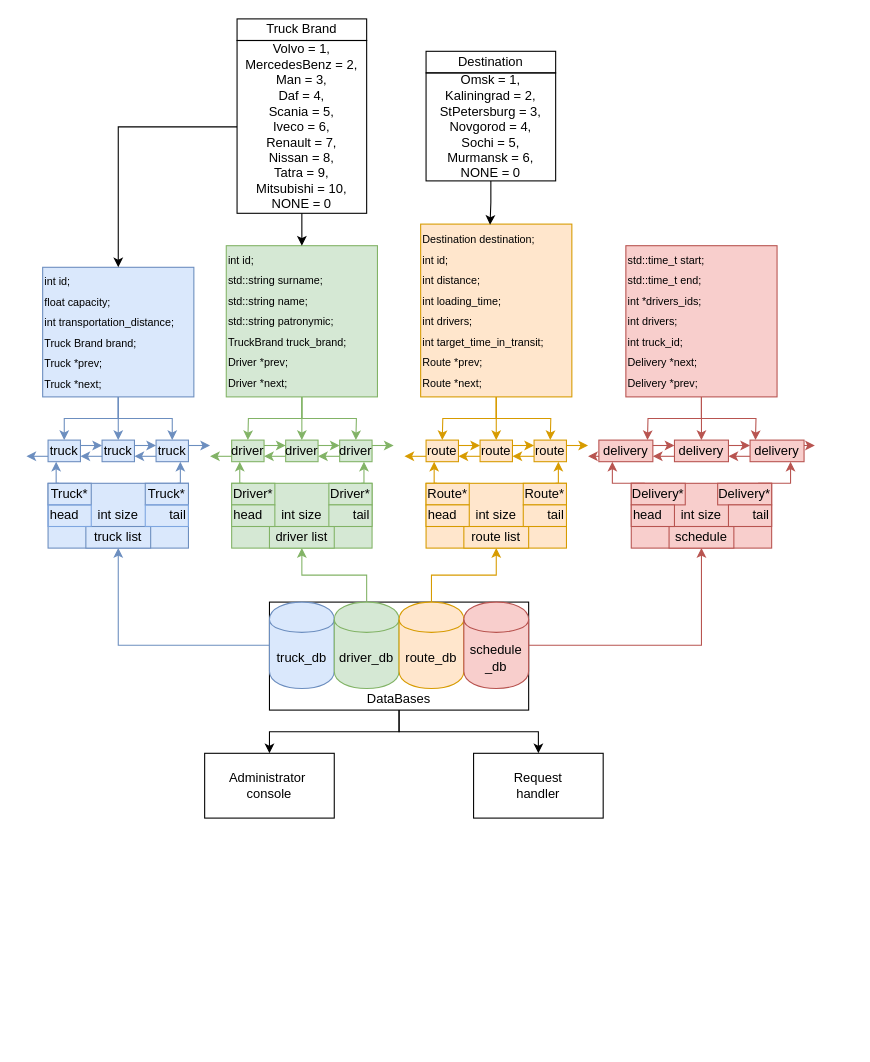
Earlier version of the draw.io diagram page "overall schema" (1 of 5) of CR/report/resources/overall_data_structure.drawio (kira607/labs_2sem). Source tidied: cells renumbered, new cells numbered last; positions are measured from the earlier drawing's top-left corner, leaving out a move shared by most shapes. Both pictures are drawn from the tidied source at 108%, with x=0, y=0 at pixel (26, 18).
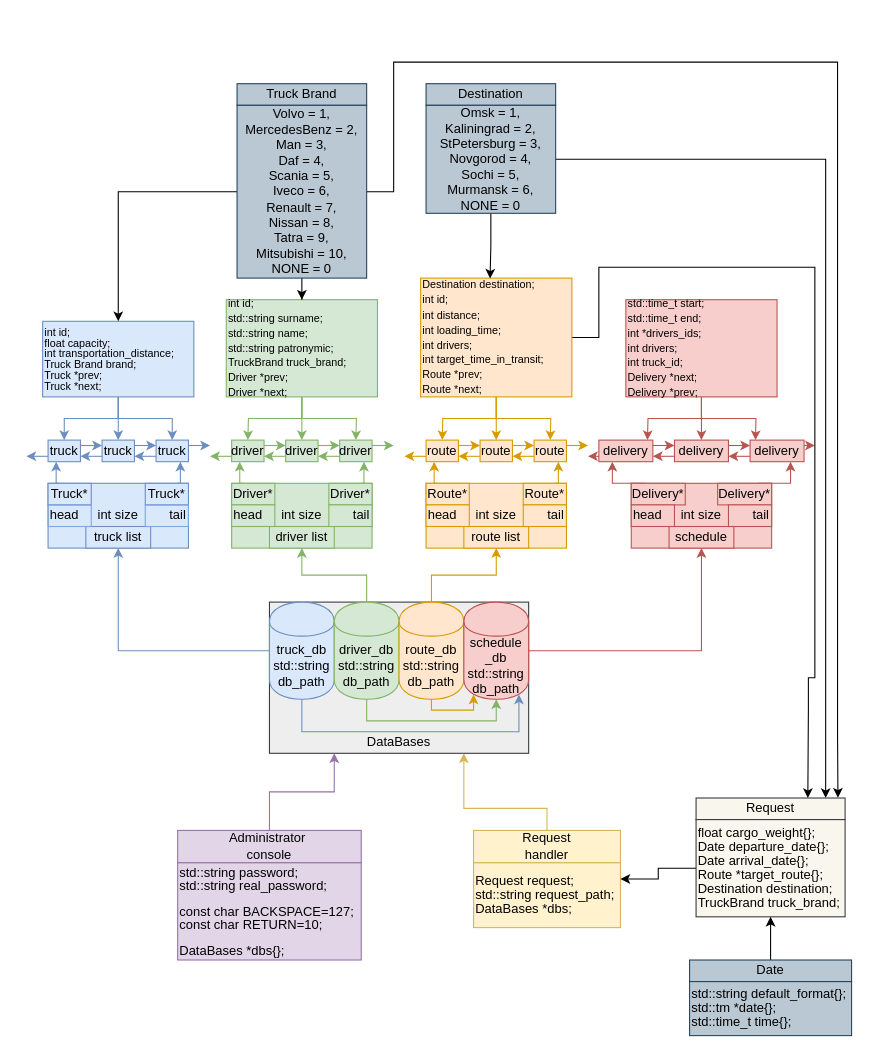
Above is the later version.

The edit, as a diff of the source:
```diff
@@
-    <mxCell id="2" style="edgeStyle=orthogonalEdgeStyle;rounded=0;jettySize=auto;html=1;" parent="1" edge="1" source="4" target="14">
-      <mxGeometry relative="1" as="geometry" />
-    </mxCell>
-    <mxCell id="3" style="edgeStyle=orthogonalEdgeStyle;rounded=0;jettySize=auto;html=1;" parent="1" edge="1" source="4" target="110">
-      <mxGeometry relative="1" as="geometry" />
-    </mxCell>
-    <mxCell id="4" style="rounded=1;whiteSpace=wrap;html=1;arcSize=0;" parent="1" vertex="1">
-      <mxGeometry x="225" y="540" width="240" height="100" as="geometry" />
+    <mxCell id="4" style="rounded=1;whiteSpace=wrap;html=1;arcSize=0;fillColor=#eeeeee;strokeColor=#36393d;" parent="1" vertex="1">
+      <mxGeometry x="225" y="540" width="240" height="140" as="geometry" />
     </mxCell>
@@
+    <mxCell id="111" style="edgeStyle=orthogonalEdgeStyle;rounded=0;jettySize=auto;html=1;entryX=0.85;entryY=0.95;entryDx=0;entryDy=0;entryPerimeter=0;fillColor=#dae8fc;strokeColor=#6c8ebf;" parent="1" edge="1" source="6" target="12">
+      <mxGeometry relative="1" as="geometry">
+        <Array as="points">
+          <mxPoint x="255" y="660" />
+          <mxPoint x="456" y="660" />
+        </Array>
+      </mxGeometry>
+    </mxCell>
-    <mxCell id="6" value="truck_db" style="shape=cylinder;whiteSpace=wrap;html=1;boundedLbl=1;backgroundOutline=1;fillColor=#dae8fc;strokeColor=#6c8ebf;" parent="1" vertex="1">
-      <mxGeometry x="225" y="540" width="60" height="80" as="geometry" />
+    <mxCell id="6" value="truck_db&lt;br&gt;std::string db_path" style="shape=cylinder;whiteSpace=wrap;html=1;boundedLbl=1;backgroundOutline=1;fillColor=#dae8fc;strokeColor=#6c8ebf;" parent="1" vertex="1">
+      <mxGeometry x="225" y="540" width="60" height="90" as="geometry" />
     </mxCell>
@@
+    <mxCell id="112" style="edgeStyle=orthogonalEdgeStyle;rounded=0;jettySize=auto;html=1;entryX=0.5;entryY=1;entryDx=0;entryDy=0;fillColor=#d5e8d4;strokeColor=#82b366;" parent="1" edge="1" source="8" target="12">
+      <mxGeometry relative="1" as="geometry">
+        <Array as="points">
+          <mxPoint x="315" y="650" />
+          <mxPoint x="435" y="650" />
+        </Array>
+      </mxGeometry>
+    </mxCell>
-    <mxCell id="8" value="driver_db" style="shape=cylinder;whiteSpace=wrap;html=1;boundedLbl=1;backgroundOutline=1;fillColor=#d5e8d4;strokeColor=#82b366;" parent="1" vertex="1">
-      <mxGeometry x="285" y="540" width="60" height="80" as="geometry" />
+    <mxCell id="8" value="driver_db&lt;br&gt;std::string db_path" style="shape=cylinder;whiteSpace=wrap;html=1;boundedLbl=1;backgroundOutline=1;fillColor=#d5e8d4;strokeColor=#82b366;" parent="1" vertex="1">
+      <mxGeometry x="285" y="540" width="60" height="90" as="geometry" />
     </mxCell>
@@
+    <mxCell id="113" style="edgeStyle=orthogonalEdgeStyle;rounded=0;jettySize=auto;html=1;entryX=0.15;entryY=0.95;entryDx=0;entryDy=0;entryPerimeter=0;fillColor=#ffe6cc;strokeColor=#d79b00;" parent="1" edge="1" source="10" target="12">
+      <mxGeometry relative="1" as="geometry">
+        <Array as="points">
+          <mxPoint x="375" y="640" />
+          <mxPoint x="414" y="640" />
+        </Array>
+      </mxGeometry>
+    </mxCell>
-    <mxCell id="10" value="route_db" style="shape=cylinder;whiteSpace=wrap;html=1;boundedLbl=1;backgroundOutline=1;fillColor=#ffe6cc;strokeColor=#d79b00;" parent="1" vertex="1">
-      <mxGeometry x="345" y="540" width="60" height="80" as="geometry" />
+    <mxCell id="10" value="route_db&lt;br&gt;std::string db_path" style="shape=cylinder;whiteSpace=wrap;html=1;boundedLbl=1;backgroundOutline=1;fillColor=#ffe6cc;strokeColor=#d79b00;" parent="1" vertex="1">
+      <mxGeometry x="345" y="540" width="60" height="90" as="geometry" />
     </mxCell>
@@
-    <mxCell id="12" value="schedule&lt;br&gt;_db" style="shape=cylinder;whiteSpace=wrap;html=1;boundedLbl=1;backgroundOutline=1;fillColor=#f8cecc;strokeColor=#b85450;" parent="1" vertex="1">
-      <mxGeometry x="405" y="540" width="60" height="80" as="geometry" />
+    <mxCell id="12" value="schedule&lt;br&gt;_db&lt;br&gt;std::string db_path" style="shape=cylinder;whiteSpace=wrap;html=1;boundedLbl=1;backgroundOutline=1;fillColor=#f8cecc;strokeColor=#b85450;" parent="1" vertex="1">
+      <mxGeometry x="405" y="540" width="60" height="90" as="geometry" />
     </mxCell>
     <mxCell id="13" value="DataBases" style="text;html=1;strokeColor=none;fillColor=none;align=center;verticalAlign=middle;whiteSpace=wrap;rounded=0;" parent="1" vertex="1">
-      <mxGeometry x="310" y="620" width="70" height="20" as="geometry" />
+      <mxGeometry x="310" y="660" width="70" height="20" as="geometry" />
     </mxCell>
+    <mxCell id="114" style="edgeStyle=orthogonalEdgeStyle;rounded=0;sketch=0;jettySize=auto;html=1;entryX=0.25;entryY=1;entryDx=0;entryDy=0;shadow=0;fillColor=#e1d5e7;strokeColor=#9673a6;" parent="1" edge="1" source="14" target="4">
+      <mxGeometry relative="1" as="geometry" />
+    </mxCell>
-    <mxCell id="14" value="Administrator&amp;nbsp;&lt;br&gt;console" style="rounded=0;whiteSpace=wrap;html=1;" parent="1" vertex="1">
-      <mxGeometry x="165" y="680" width="120" height="60" as="geometry" />
+    <mxCell id="14" value="Administrator&amp;nbsp;&lt;br&gt;console" style="rounded=0;whiteSpace=wrap;html=1;fillColor=#e1d5e7;strokeColor=#9673a6;" parent="1" vertex="1">
+      <mxGeometry x="140" y="751.4" width="170" height="30" as="geometry" />
     </mxCell>
@@
-    <mxCell id="35" value="&lt;div style=&quot;line-height: 30% ; font-size: 10px&quot;&gt;&lt;p style=&quot;line-height: 19px&quot;&gt;&lt;span&gt;int id;&lt;br&gt;&lt;/span&gt;&lt;span&gt;float capacity;&amp;nbsp;&lt;br&gt;&lt;/span&gt;&lt;span&gt;int transportation_distance;&amp;nbsp;&lt;br&gt;&lt;/span&gt;&lt;span&gt;Truck Brand brand;&amp;nbsp;&lt;br&gt;&lt;/span&gt;&lt;span&gt;Truck *prev;&amp;nbsp;&lt;br&gt;&lt;/span&gt;&lt;span&gt;Truck *next;&lt;/span&gt;&lt;/p&gt;&lt;/div&gt;" style="rounded=0;whiteSpace=wrap;html=1;fillColor=#dae8fc;strokeColor=#6c8ebf;align=left;" parent="1" vertex="1">
-      <mxGeometry x="15" y="230" width="140" height="120" as="geometry" />
+    <mxCell id="35" value="&lt;div style=&quot;line-height: 30% ; font-size: 10px&quot;&gt;&lt;p style=&quot;line-height: 100%&quot;&gt;&lt;span&gt;int id;&lt;br&gt;&lt;/span&gt;&lt;span&gt;float capacity;&amp;nbsp;&lt;br&gt;&lt;/span&gt;&lt;span&gt;int transportation_distance;&amp;nbsp;&lt;br&gt;&lt;/span&gt;&lt;span&gt;Truck Brand brand;&amp;nbsp;&lt;br&gt;&lt;/span&gt;&lt;span&gt;Truck *prev;&amp;nbsp;&lt;br&gt;&lt;/span&gt;&lt;span&gt;Truck *next;&lt;/span&gt;&lt;/p&gt;&lt;/div&gt;" style="rounded=0;whiteSpace=wrap;html=1;fillColor=#dae8fc;strokeColor=#6c8ebf;align=left;" parent="1" vertex="1">
+      <mxGeometry x="15" y="280" width="140" height="70" as="geometry" />
     </mxCell>
@@
-    <mxCell id="90" value="&lt;div style=&quot;line-height: 30%&quot;&gt;&lt;p style=&quot;line-height: 19px&quot;&gt;&lt;span style=&quot;font-size: 10px&quot;&gt;int id;&lt;br&gt;&lt;/span&gt;&lt;span style=&quot;font-size: 10px&quot;&gt;std::string surname;&lt;br&gt;&lt;/span&gt;&lt;span style=&quot;font-size: 10px&quot;&gt;std::string name;&lt;br&gt;&lt;/span&gt;&lt;span style=&quot;font-size: 10px&quot;&gt;std::string patronymic;&lt;br&gt;&lt;/span&gt;&lt;span style=&quot;font-size: 10px&quot;&gt;TruckBrand truck_brand;&lt;br&gt;&lt;/span&gt;&lt;span style=&quot;font-size: 10px&quot;&gt;Driver *prev;&lt;br&gt;&lt;/span&gt;&lt;span style=&quot;font-size: 10px&quot;&gt;Driver *next;&lt;/span&gt;&lt;/p&gt;&lt;/div&gt;" style="rounded=0;whiteSpace=wrap;html=1;fillColor=#d5e8d4;strokeColor=#82b366;align=left;" parent="1" vertex="1">
-      <mxGeometry x="185" y="210" width="140" height="140" as="geometry" />
+    <mxCell id="90" value="&lt;div style=&quot;line-height: 30%&quot;&gt;&lt;p style=&quot;line-height: 108%&quot;&gt;&lt;span style=&quot;font-size: 10px&quot;&gt;int id;&lt;br&gt;&lt;/span&gt;&lt;span style=&quot;font-size: 10px&quot;&gt;std::string surname;&lt;br&gt;&lt;/span&gt;&lt;span style=&quot;font-size: 10px&quot;&gt;std::string name;&lt;br&gt;&lt;/span&gt;&lt;span style=&quot;font-size: 10px&quot;&gt;std::string patronymic;&lt;br&gt;&lt;/span&gt;&lt;span style=&quot;font-size: 10px&quot;&gt;TruckBrand truck_brand;&lt;br&gt;&lt;/span&gt;&lt;span style=&quot;font-size: 10px&quot;&gt;Driver *prev;&lt;br&gt;&lt;/span&gt;&lt;span style=&quot;font-size: 10px&quot;&gt;Driver *next;&lt;/span&gt;&lt;/p&gt;&lt;/div&gt;" style="rounded=0;whiteSpace=wrap;html=1;fillColor=#d5e8d4;strokeColor=#82b366;align=left;" parent="1" vertex="1">
+      <mxGeometry x="185" y="260" width="140" height="90" as="geometry" />
     </mxCell>
@@
+    <mxCell id="115" style="edgeStyle=orthogonalEdgeStyle;rounded=0;sketch=0;jettySize=auto;html=1;shadow=0;entryX=0.75;entryY=0;entryDx=0;entryDy=0;" parent="1" edge="1" source="94" target="121">
+      <mxGeometry relative="1" as="geometry">
+        <Array as="points">
+          <mxPoint x="530" y="295" />
+          <mxPoint x="530" y="230" />
+          <mxPoint x="730" y="230" />
+          <mxPoint x="730" y="610" />
+          <mxPoint x="724" y="610" />
+          <mxPoint x="724" y="640" />
+        </Array>
+      </mxGeometry>
+    </mxCell>
-    <mxCell id="94" value="&lt;div style=&quot;line-height: 30%&quot;&gt;&lt;p style=&quot;line-height: 19px&quot;&gt;&lt;span style=&quot;font-size: 10px&quot;&gt;Destination destination;&lt;br&gt;&lt;/span&gt;&lt;span style=&quot;font-size: 10px&quot;&gt;int id;&lt;br&gt;&lt;/span&gt;&lt;span style=&quot;font-size: 10px&quot;&gt;int distance;&lt;br&gt;&lt;/span&gt;&lt;span style=&quot;font-size: 10px&quot;&gt;int loading_time;&lt;br&gt;&lt;/span&gt;&lt;span style=&quot;font-size: 10px&quot;&gt;int drivers;&lt;br&gt;&lt;/span&gt;&lt;span style=&quot;font-size: 10px&quot;&gt;int target_time_in_transit;&lt;br&gt;&lt;/span&gt;&lt;span style=&quot;font-size: 10px&quot;&gt;Route *prev;&lt;br&gt;&lt;/span&gt;&lt;span style=&quot;font-size: 10px&quot;&gt;Route *next;&lt;/span&gt;&lt;/p&gt;&lt;/div&gt;" style="rounded=0;whiteSpace=wrap;html=1;fillColor=#ffe6cc;strokeColor=#d79b00;align=left;" parent="1" vertex="1">
-      <mxGeometry x="365" y="190" width="140" height="160" as="geometry" />
+    <mxCell id="94" value="&lt;div style=&quot;line-height: 30%&quot;&gt;&lt;p style=&quot;line-height: 108%&quot;&gt;&lt;span style=&quot;font-size: 10px&quot;&gt;Destination destination;&lt;br&gt;&lt;/span&gt;&lt;span style=&quot;font-size: 10px&quot;&gt;int id;&lt;br&gt;&lt;/span&gt;&lt;span style=&quot;font-size: 10px&quot;&gt;int distance;&lt;br&gt;&lt;/span&gt;&lt;span style=&quot;font-size: 10px&quot;&gt;int loading_time;&lt;br&gt;&lt;/span&gt;&lt;span style=&quot;font-size: 10px&quot;&gt;int drivers;&lt;br&gt;&lt;/span&gt;&lt;span style=&quot;font-size: 10px&quot;&gt;int target_time_in_transit;&lt;br&gt;&lt;/span&gt;&lt;span style=&quot;font-size: 10px&quot;&gt;Route *prev;&lt;br&gt;&lt;/span&gt;&lt;span style=&quot;font-size: 10px&quot;&gt;Route *next;&lt;/span&gt;&lt;/p&gt;&lt;/div&gt;" style="rounded=0;whiteSpace=wrap;html=1;fillColor=#ffe6cc;strokeColor=#d79b00;align=left;" parent="1" vertex="1">
+      <mxGeometry x="365" y="240" width="140" height="110" as="geometry" />
     </mxCell>
@@
-    <mxCell id="98" value="&lt;div style=&quot;line-height: 30%&quot;&gt;&lt;p style=&quot;line-height: 19px&quot;&gt;&lt;span style=&quot;font-size: 10px&quot;&gt;std::time_t start;&lt;br&gt;&lt;/span&gt;&lt;span style=&quot;font-size: 10px&quot;&gt;std::time_t end;&lt;br&gt;&lt;/span&gt;&lt;span style=&quot;font-size: 10px&quot;&gt;int *drivers_ids;&lt;br&gt;&lt;/span&gt;&lt;span style=&quot;font-size: 10px&quot;&gt;int drivers;&lt;br&gt;&lt;/span&gt;&lt;span style=&quot;font-size: 10px&quot;&gt;int truck_id;&lt;br&gt;&lt;/span&gt;&lt;span style=&quot;font-size: 10px&quot;&gt;Delivery *next;&lt;br&gt;&lt;/span&gt;&lt;span style=&quot;font-size: 10px&quot;&gt;Delivery *prev;&lt;/span&gt;&lt;/p&gt;&lt;/div&gt;" style="rounded=0;whiteSpace=wrap;html=1;fillColor=#f8cecc;strokeColor=#b85450;align=left;" parent="1" vertex="1">
-      <mxGeometry x="555" y="210" width="140" height="140" as="geometry" />
+    <mxCell id="98" value="&lt;div style=&quot;line-height: 30%&quot;&gt;&lt;p style=&quot;line-height: 108%&quot;&gt;&lt;span style=&quot;font-size: 10px&quot;&gt;std::time_t start;&lt;br&gt;&lt;/span&gt;&lt;span style=&quot;font-size: 10px&quot;&gt;std::time_t end;&lt;br&gt;&lt;/span&gt;&lt;span style=&quot;font-size: 10px&quot;&gt;int *drivers_ids;&lt;br&gt;&lt;/span&gt;&lt;span style=&quot;font-size: 10px&quot;&gt;int drivers;&lt;br&gt;&lt;/span&gt;&lt;span style=&quot;font-size: 10px&quot;&gt;int truck_id;&lt;br&gt;&lt;/span&gt;&lt;span style=&quot;font-size: 10px&quot;&gt;Delivery *next;&lt;br&gt;&lt;/span&gt;&lt;span style=&quot;font-size: 10px&quot;&gt;Delivery *prev;&lt;/span&gt;&lt;/p&gt;&lt;/div&gt;" style="rounded=0;whiteSpace=wrap;html=1;fillColor=#f8cecc;strokeColor=#b85450;align=left;" parent="1" vertex="1">
+      <mxGeometry x="555" y="260" width="140" height="90" as="geometry" />
     </mxCell>
@@
-    <mxCell id="103" value="Truck Brand" style="rounded=0;whiteSpace=wrap;html=1;strokeColor=#000000;fillColor=none;" parent="1" vertex="1">
-      <mxGeometry x="195" width="120" height="20" as="geometry" />
+    <mxCell id="103" value="Truck Brand" style="rounded=0;whiteSpace=wrap;html=1;fillColor=#bac8d3;strokeColor=#23445d;" parent="1" vertex="1">
+      <mxGeometry x="195" y="60" width="120" height="20" as="geometry" />
     </mxCell>
@@
+    <mxCell id="116" style="edgeStyle=orthogonalEdgeStyle;rounded=0;sketch=0;jettySize=auto;html=1;entryX=0.952;entryY=-0.016;entryDx=0;entryDy=0;shadow=0;entryPerimeter=0;" parent="1" edge="1" source="106" target="121">
+      <mxGeometry relative="1" as="geometry">
+        <Array as="points">
+          <mxPoint x="340" y="160" />
+          <mxPoint x="340" y="40" />
+          <mxPoint x="751" y="40" />
+          <mxPoint x="751" y="660" />
+        </Array>
+      </mxGeometry>
+    </mxCell>
-    <mxCell id="106" value="&lt;div&gt;Volvo = 1,&lt;/div&gt;&lt;div&gt;MercedesBenz = 2,&lt;/div&gt;&lt;div&gt;Man = 3,&lt;/div&gt;&lt;div&gt;Daf = 4,&lt;/div&gt;&lt;div&gt;Scania = 5,&lt;/div&gt;&lt;div&gt;Iveco = 6,&lt;/div&gt;&lt;div&gt;Renault = 7,&lt;/div&gt;&lt;div&gt;Nissan = 8,&lt;/div&gt;&lt;div&gt;Tatra = 9,&lt;/div&gt;&lt;div&gt;Mitsubishi = 10,&lt;/div&gt;&lt;div&gt;NONE = 0&lt;/div&gt;" style="rounded=0;whiteSpace=wrap;html=1;strokeColor=#000000;fillColor=none;" parent="1" vertex="1">
-      <mxGeometry x="195" y="20" width="120" height="160" as="geometry" />
+    <mxCell id="106" value="&lt;div&gt;Volvo = 1,&lt;/div&gt;&lt;div&gt;MercedesBenz = 2,&lt;/div&gt;&lt;div&gt;Man = 3,&lt;/div&gt;&lt;div&gt;Daf = 4,&lt;/div&gt;&lt;div&gt;Scania = 5,&lt;/div&gt;&lt;div&gt;Iveco = 6,&lt;/div&gt;&lt;div&gt;Renault = 7,&lt;/div&gt;&lt;div&gt;Nissan = 8,&lt;/div&gt;&lt;div&gt;Tatra = 9,&lt;/div&gt;&lt;div&gt;Mitsubishi = 10,&lt;/div&gt;&lt;div&gt;NONE = 0&lt;/div&gt;" style="rounded=0;whiteSpace=wrap;html=1;fillColor=#bac8d3;strokeColor=#23445d;" parent="1" vertex="1">
+      <mxGeometry x="195" y="80" width="120" height="160" as="geometry" />
     </mxCell>
-    <mxCell id="107" value="Destination" style="rounded=0;whiteSpace=wrap;html=1;strokeColor=#000000;fillColor=none;" parent="1" vertex="1">
-      <mxGeometry x="370" y="30" width="120" height="20" as="geometry" />
+    <mxCell id="107" value="Destination" style="rounded=0;whiteSpace=wrap;html=1;fillColor=#bac8d3;strokeColor=#23445d;" parent="1" vertex="1">
+      <mxGeometry x="370" y="60" width="120" height="20" as="geometry" />
     </mxCell>
@@
+    <mxCell id="117" style="edgeStyle=orthogonalEdgeStyle;rounded=0;sketch=0;jettySize=auto;html=1;shadow=0;" parent="1" edge="1" source="109" target="121">
+      <mxGeometry relative="1" as="geometry">
+        <Array as="points">
+          <mxPoint x="740" y="130" />
+        </Array>
+      </mxGeometry>
+    </mxCell>
-    <mxCell id="109" value="&lt;div&gt;Omsk = 1,&lt;/div&gt;&lt;div&gt;Kaliningrad = 2,&lt;/div&gt;&lt;div&gt;StPetersburg = 3,&lt;/div&gt;&lt;div&gt;Novgorod = 4,&lt;/div&gt;&lt;div&gt;Sochi = 5,&lt;/div&gt;&lt;div&gt;Murmansk = 6,&lt;/div&gt;&lt;div&gt;NONE = 0&lt;/div&gt;" style="rounded=0;whiteSpace=wrap;html=1;strokeColor=#000000;fillColor=none;" parent="1" vertex="1">
-      <mxGeometry x="370" y="50" width="120" height="100" as="geometry" />
+    <mxCell id="109" value="&lt;div&gt;Omsk = 1,&lt;/div&gt;&lt;div&gt;Kaliningrad = 2,&lt;/div&gt;&lt;div&gt;StPetersburg = 3,&lt;/div&gt;&lt;div&gt;Novgorod = 4,&lt;/div&gt;&lt;div&gt;Sochi = 5,&lt;/div&gt;&lt;div&gt;Murmansk = 6,&lt;/div&gt;&lt;div&gt;NONE = 0&lt;/div&gt;" style="rounded=0;whiteSpace=wrap;html=1;fillColor=#bac8d3;strokeColor=#23445d;" parent="1" vertex="1">
+      <mxGeometry x="370" y="80" width="120" height="100" as="geometry" />
     </mxCell>
+    <mxCell id="118" style="edgeStyle=orthogonalEdgeStyle;rounded=0;sketch=0;jettySize=auto;html=1;entryX=0.75;entryY=1;entryDx=0;entryDy=0;shadow=0;fillColor=#fff2cc;strokeColor=#d6b656;" parent="1" edge="1" source="110" target="4">
+      <mxGeometry relative="1" as="geometry">
+        <Array as="points">
+          <mxPoint x="482" y="731" />
+          <mxPoint x="405" y="731" />
+        </Array>
+      </mxGeometry>
+    </mxCell>
-    <mxCell id="110" value="Request&lt;br&gt;handler" style="rounded=0;whiteSpace=wrap;html=1;" parent="1" vertex="1">
-      <mxGeometry x="414" y="680" width="120" height="60" as="geometry" />
+    <mxCell id="110" value="Request&lt;br&gt;handler" style="rounded=0;whiteSpace=wrap;html=1;fillColor=#fff2cc;strokeColor=#d6b656;" parent="1" vertex="1">
+      <mxGeometry x="414" y="751.4" width="136" height="30" as="geometry" />
     </mxCell>
+    <mxCell id="119" value="&lt;p style=&quot;line-height: 100%&quot;&gt;std::string password;&lt;br&gt;std::string real_password;&lt;br&gt;&lt;br&gt;const char BACKSPACE=127;&lt;br&gt;const char RETURN=10;&lt;br&gt;&lt;br&gt;DataBases *dbs{};&lt;/p&gt;" style="text;html=1;strokeColor=#9673a6;fillColor=#e1d5e7;align=left;verticalAlign=middle;whiteSpace=wrap;rounded=0;" parent="1" vertex="1">
+      <mxGeometry x="140" y="781.4" width="170" height="90" as="geometry" />
+    </mxCell>
+    <mxCell id="120" value="&lt;pre style=&quot;line-height: 100%&quot;&gt;&lt;font face=&quot;Helvetica&quot;&gt;Request request;&lt;br&gt;std::string request_path;&lt;br&gt;DataBases *dbs;&lt;/font&gt;&lt;/pre&gt;" style="text;html=1;strokeColor=#d6b656;fillColor=#fff2cc;align=left;verticalAlign=middle;whiteSpace=wrap;rounded=0;" parent="1" vertex="1">
+      <mxGeometry x="414" y="781.4" width="136" height="60" as="geometry" />
+    </mxCell>
+    <mxCell id="121" value="Request" style="rounded=0;whiteSpace=wrap;html=1;fillColor=#f9f7ed;strokeColor=#36393d;" parent="1" vertex="1">
+      <mxGeometry x="620" y="721.4" width="138" height="20" as="geometry" />
+    </mxCell>
+    <mxCell id="122" style="edgeStyle=orthogonalEdgeStyle;rounded=0;sketch=0;jettySize=auto;html=1;entryX=1;entryY=0.25;entryDx=0;entryDy=0;shadow=0;" parent="1" edge="1" source="123" target="120">
+      <mxGeometry relative="1" as="geometry" />
+    </mxCell>
+    <mxCell id="123" value="&lt;pre style=&quot;line-height: 100%&quot;&gt;&lt;pre&gt;&lt;font face=&quot;Helvetica&quot;&gt;float cargo_weight{};&lt;br&gt;Date departure_date{};&lt;br&gt;Date arrival_date{};&lt;br&gt;Route *target_route{};&lt;br&gt;Destination destination;&lt;br&gt;TruckBrand truck_brand;&lt;/font&gt;&lt;/pre&gt;&lt;/pre&gt;" style="text;html=1;strokeColor=#36393d;fillColor=#f9f7ed;align=left;verticalAlign=middle;whiteSpace=wrap;rounded=0;" parent="1" vertex="1">
+      <mxGeometry x="620" y="741.4" width="138" height="90" as="geometry" />
+    </mxCell>
+    <mxCell id="124" style="edgeStyle=orthogonalEdgeStyle;rounded=0;sketch=0;jettySize=auto;html=1;entryX=0.5;entryY=1;entryDx=0;entryDy=0;shadow=0;" parent="1" edge="1" source="125" target="123">
+      <mxGeometry relative="1" as="geometry" />
+    </mxCell>
+    <mxCell id="125" value="Date" style="rounded=0;whiteSpace=wrap;html=1;fillColor=#bac8d3;strokeColor=#23445d;" parent="1" vertex="1">
+      <mxGeometry x="614" y="871.4" width="150" height="20" as="geometry" />
+    </mxCell>
+    <mxCell id="126" value="&lt;pre style=&quot;line-height: 100%&quot;&gt;&lt;pre&gt;&lt;pre&gt;&lt;font face=&quot;Helvetica&quot;&gt;std::string default_format{};&lt;br&gt;std::tm *date{};&lt;br&gt;std::time_t time{};&lt;/font&gt;&lt;/pre&gt;&lt;/pre&gt;&lt;/pre&gt;" style="text;html=1;strokeColor=#23445d;fillColor=#bac8d3;align=left;verticalAlign=middle;whiteSpace=wrap;rounded=0;" parent="1" vertex="1">
+      <mxGeometry x="614" y="891.4" width="150" height="50" as="geometry" />
+    </mxCell>
```
